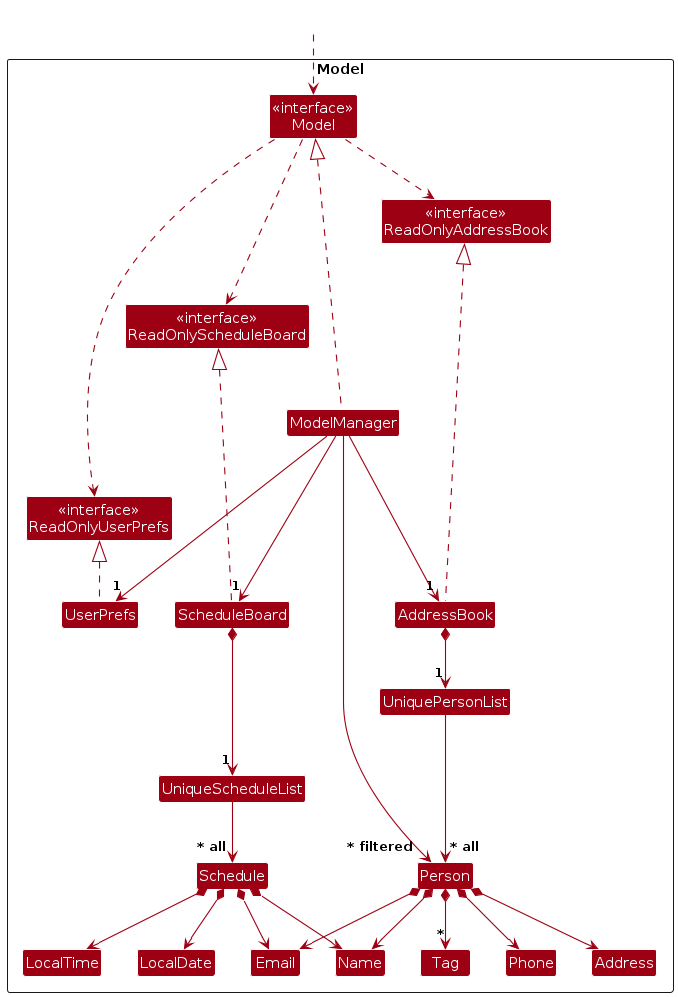
The PlantUML diagram diagrams/ModelClassDiagram.png in DanielJames0302/tp, before a commit. Its source is kept beside it as diagrams/ModelClassDiagram.puml.
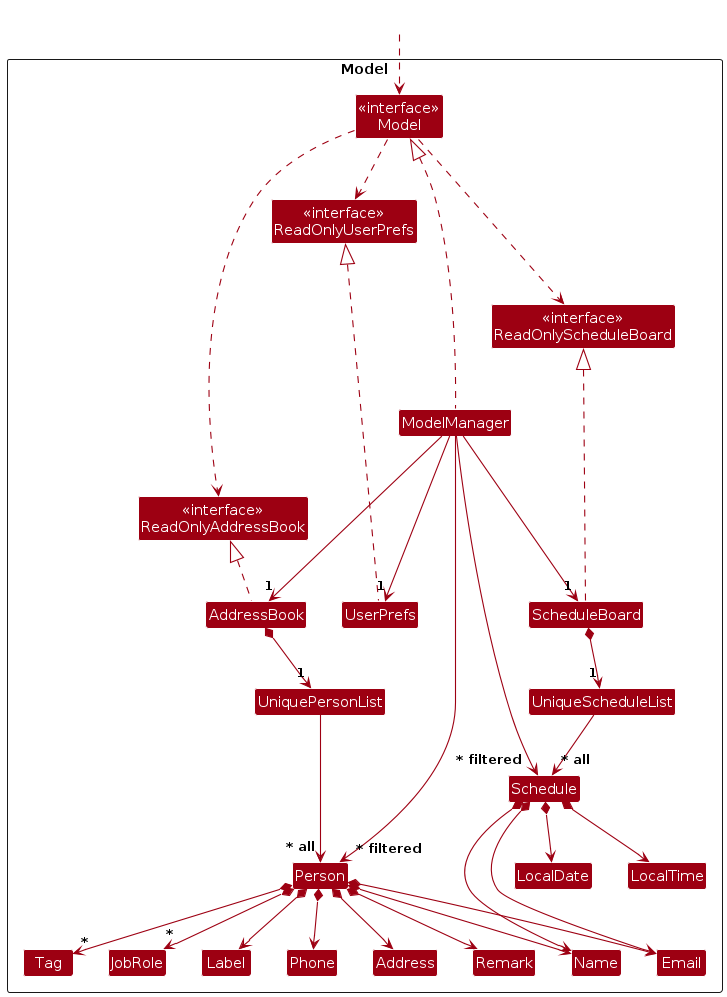
Above is the later version.

Diff of the diagram source:
```diff
@@ -20,7 +20,10 @@
 Class Email
 Class Name
 Class Phone
+Class Label
+Class Remark
 Class Tag
+Class JobRole
 
 Class UniqueScheduleList
 Class Schedule
@@ -51,6 +54,9 @@
 Person *--> Phone
 Person *--> Email
 Person *--> Address
+Person *--> Label
+Person *--> Remark
+Person *--> "*" JobRole
 Person *--> "*" Tag
 
 ScheduleBoard *--> "1" UniqueScheduleList
@@ -68,4 +74,5 @@
 Address -[hidden]right-> Email
 
 ModelManager --> "~* filtered" Person
+ModelManager --> "~* filtered" Schedule
 @enduml
```
